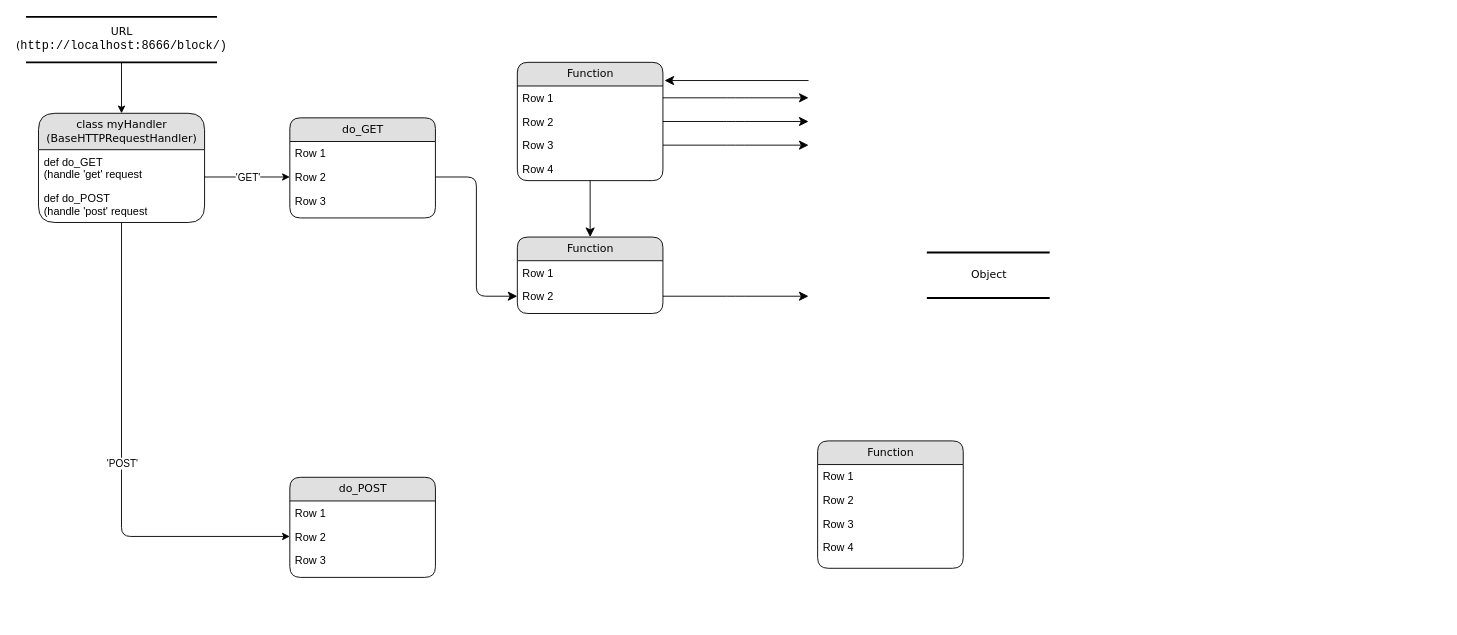
EST-94/python keeps this draw.io diagram as blockchain/Untitled Diagram.drawio. Above is the earlier version. Source tidied: cells renumbered, new cells numbered last; positions are measured from the earlier drawing's top-left corner, leaving out a move shared by most shapes. Both pictures are drawn from the tidied source at 91%, with x=0, y=0 at pixel (25, 16).
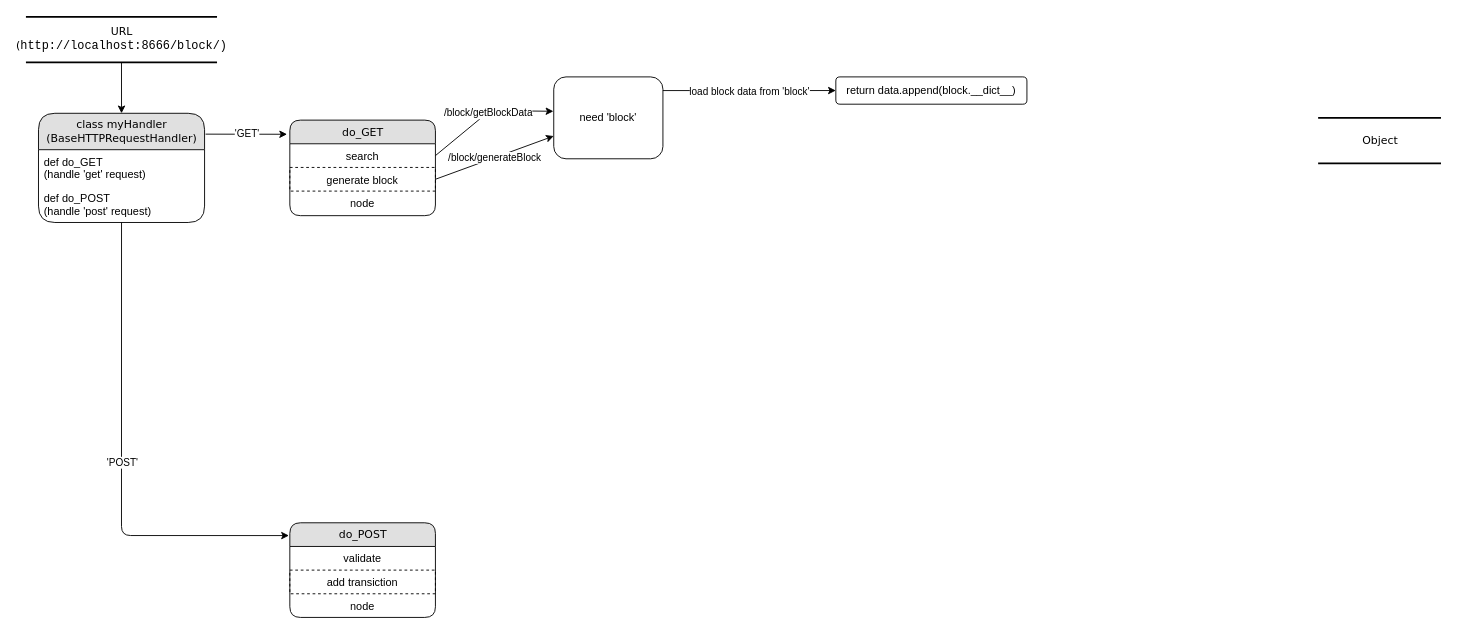
Above is the later version.

The change refers to these unchanged cells:
```xml
<mxCell id="3" value="class myHandler&lt;br&gt;(BaseHTTPRequestHandler)" style="swimlane;html=1;fontStyle=0;horizontal=1;startSize=40;fillColor=#e0e0e0;swimlaneFillColor=#ffffff;align=center;rounded=1;shadow=0;comic=0;labelBackgroundColor=none;strokeWidth=1;fontFamily=Verdana;fontSize=12;" parent="1" vertex="1">
  <mxGeometry x="13.8" y="106" width="182.5" height="120" as="geometry" />
</mxCell>
```

Diff of the diagram source:
```diff
@@
-    <mxCell id="4" value="def do_GET&lt;br&gt;(handle 'get' request" style="text;html=1;strokeColor=none;fillColor=none;spacingLeft=4;spacingRight=4;whiteSpace=wrap;overflow=hidden;" parent="3" vertex="1">
+    <mxCell id="4" value="def do_GET&lt;br&gt;(handle 'get' request)" style="text;html=1;strokeColor=none;fillColor=none;spacingLeft=4;spacingRight=4;whiteSpace=wrap;overflow=hidden;" parent="3" vertex="1">
       <mxGeometry y="40" width="182.5" height="40" as="geometry" />
     </mxCell>
-    <mxCell id="5" value="def do_POST&lt;br&gt;(handle 'post' request" style="text;html=1;strokeColor=none;fillColor=none;spacingLeft=4;spacingRight=4;whiteSpace=wrap;overflow=hidden;" parent="3" vertex="1">
+    <mxCell id="5" value="def do_POST&lt;br&gt;(handle 'post' request)" style="text;html=1;strokeColor=none;fillColor=none;spacingLeft=4;spacingRight=4;whiteSpace=wrap;overflow=hidden;" parent="3" vertex="1">
       <mxGeometry y="80" width="182.5" height="34" as="geometry" />
     </mxCell>
-    <mxCell id="6" value="Function" style="swimlane;html=1;fontStyle=0;horizontal=1;startSize=26;fillColor=#e0e0e0;swimlaneFillColor=#ffffff;align=center;rounded=1;shadow=0;comic=0;labelBackgroundColor=none;strokeWidth=1;fontFamily=Verdana;fontSize=12;" parent="1" vertex="1">
-      <mxGeometry x="540" y="50" width="160" height="130" as="geometry" />
-    </mxCell>
-    <mxCell id="7" value="Row 1" style="text;html=1;strokeColor=none;fillColor=none;spacingLeft=4;spacingRight=4;whiteSpace=wrap;overflow=hidden;points=[[0,0.5],[1,0.5]];portConstraint=eastwest;" parent="6" vertex="1">
-      <mxGeometry y="26" width="160" height="26" as="geometry" />
-    </mxCell>
-    <mxCell id="8" value="Row 2" style="text;html=1;strokeColor=none;fillColor=none;spacingLeft=4;spacingRight=4;whiteSpace=wrap;overflow=hidden;points=[[0,0.5],[1,0.5]];portConstraint=eastwest;" parent="6" vertex="1">
-      <mxGeometry y="52" width="160" height="26" as="geometry" />
-    </mxCell>
-    <mxCell id="9" value="Row 3" style="text;html=1;strokeColor=none;fillColor=none;spacingLeft=4;spacingRight=4;whiteSpace=wrap;overflow=hidden;points=[[0,0.5],[1,0.5]];portConstraint=eastwest;" parent="6" vertex="1">
-      <mxGeometry y="78" width="160" height="26" as="geometry" />
-    </mxCell>
-    <mxCell id="10" value="Row 4" style="text;html=1;strokeColor=none;fillColor=none;spacingLeft=4;spacingRight=4;whiteSpace=wrap;overflow=hidden;" parent="6" vertex="1">
-      <mxGeometry y="104" width="160" height="26" as="geometry" />
-    </mxCell>
     <mxCell id="11" value="do_GET" style="swimlane;html=1;fontStyle=0;horizontal=1;startSize=26;fillColor=#e0e0e0;swimlaneFillColor=#ffffff;align=center;rounded=1;shadow=0;comic=0;labelBackgroundColor=none;strokeWidth=1;fontFamily=Verdana;fontSize=12;" parent="1" vertex="1">
-      <mxGeometry x="290" y="111" width="160" height="110" as="geometry" />
+      <mxGeometry x="290" y="113.5" width="160" height="105" as="geometry" />
     </mxCell>
-    <mxCell id="12" value="Row 1" style="text;html=1;strokeColor=none;fillColor=none;spacingLeft=4;spacingRight=4;whiteSpace=wrap;overflow=hidden;points=[[0,0.5],[1,0.5]];portConstraint=eastwest;" parent="11" vertex="1">
+    <mxCell id="12" value="search" style="text;html=1;fillColor=none;spacingLeft=4;spacingRight=4;whiteSpace=wrap;overflow=hidden;points=[[0,0.5],[1,0.5]];portConstraint=eastwest;strokeWidth=1;shadow=0;dashed=1;align=center;" parent="11" vertex="1">
       <mxGeometry y="26" width="160" height="26" as="geometry" />
     </mxCell>
-    <mxCell id="13" value="Row 2" style="text;html=1;strokeColor=none;fillColor=none;spacingLeft=4;spacingRight=4;whiteSpace=wrap;overflow=hidden;points=[[0,0.5],[1,0.5]];portConstraint=eastwest;" parent="11" vertex="1">
+    <mxCell id="13" value="generate block" style="text;html=1;fillColor=none;spacingLeft=4;spacingRight=4;whiteSpace=wrap;overflow=hidden;points=[[0,0.5],[1,0.5]];portConstraint=eastwest;strokeColor=#000000;dashed=1;align=center;" parent="11" vertex="1">
       <mxGeometry y="52" width="160" height="26" as="geometry" />
     </mxCell>
-    <mxCell id="14" value="Row 3" style="text;html=1;strokeColor=none;fillColor=none;spacingLeft=4;spacingRight=4;whiteSpace=wrap;overflow=hidden;" parent="11" vertex="1">
+    <mxCell id="14" value="node" style="text;html=1;fillColor=none;spacingLeft=4;spacingRight=4;whiteSpace=wrap;overflow=hidden;dashed=1;align=center;" parent="11" vertex="1">
       <mxGeometry y="78" width="160" height="26" as="geometry" />
     </mxCell>
-    <mxCell id="15" value="Function" style="swimlane;html=1;fontStyle=0;horizontal=1;startSize=26;fillColor=#e0e0e0;swimlaneFillColor=#ffffff;align=center;rounded=1;shadow=0;comic=0;labelBackgroundColor=none;strokeWidth=1;fontFamily=Verdana;fontSize=12;" parent="1" vertex="1">
-      <mxGeometry x="870" y="466" width="160" height="140" as="geometry" />
-    </mxCell>
-    <mxCell id="16" value="Row 1" style="text;html=1;strokeColor=none;fillColor=none;spacingLeft=4;spacingRight=4;whiteSpace=wrap;overflow=hidden;" parent="15" vertex="1">
-      <mxGeometry y="26" width="160" height="26" as="geometry" />
-    </mxCell>
-    <mxCell id="17" value="Row 2" style="text;html=1;strokeColor=none;fillColor=none;spacingLeft=4;spacingRight=4;whiteSpace=wrap;overflow=hidden;" parent="15" vertex="1">
-      <mxGeometry y="52" width="160" height="26" as="geometry" />
-    </mxCell>
-    <mxCell id="18" value="Row 3" style="text;html=1;strokeColor=none;fillColor=none;spacingLeft=4;spacingRight=4;whiteSpace=wrap;overflow=hidden;" parent="15" vertex="1">
-      <mxGeometry y="78" width="160" height="26" as="geometry" />
-    </mxCell>
-    <mxCell id="19" value="Row 4" style="text;html=1;strokeColor=none;fillColor=none;spacingLeft=4;spacingRight=4;whiteSpace=wrap;overflow=hidden;" parent="15" vertex="1">
-      <mxGeometry y="104" width="160" height="26" as="geometry" />
-    </mxCell>
-    <mxCell id="20" value="Function" style="swimlane;html=1;fontStyle=0;horizontal=1;startSize=26;fillColor=#e0e0e0;swimlaneFillColor=#ffffff;align=center;rounded=1;shadow=0;comic=0;labelBackgroundColor=none;strokeWidth=1;fontFamily=Verdana;fontSize=12;" parent="1" vertex="1">
-      <mxGeometry x="540" y="242" width="160" height="84" as="geometry" />
-    </mxCell>
-    <mxCell id="21" value="Row 1" style="text;html=1;strokeColor=none;fillColor=none;spacingLeft=4;spacingRight=4;whiteSpace=wrap;overflow=hidden;" parent="20" vertex="1">
-      <mxGeometry y="26" width="160" height="26" as="geometry" />
-    </mxCell>
-    <mxCell id="22" value="Row 2" style="text;html=1;strokeColor=none;fillColor=none;spacingLeft=4;spacingRight=4;whiteSpace=wrap;overflow=hidden;points=[[0,0.5],[1,0.5]];portConstraint=eastwest;" parent="20" vertex="1">
-      <mxGeometry y="52" width="160" height="26" as="geometry" />
-    </mxCell>
     <mxCell id="23" value="do_POST" style="swimlane;html=1;fontStyle=0;horizontal=1;startSize=26;fillColor=#e0e0e0;swimlaneFillColor=#ffffff;align=center;rounded=1;shadow=0;comic=0;labelBackgroundColor=none;strokeWidth=1;fontFamily=Verdana;fontSize=12;" parent="1" vertex="1">
-      <mxGeometry x="290" y="506" width="160" height="110" as="geometry" />
+      <mxGeometry x="290" y="556" width="160" height="104" as="geometry" />
     </mxCell>
-    <mxCell id="24" value="Row 1" style="text;html=1;strokeColor=none;fillColor=none;spacingLeft=4;spacingRight=4;whiteSpace=wrap;overflow=hidden;" parent="23" vertex="1">
+    <mxCell id="24" value="validate" style="text;html=1;strokeColor=none;fillColor=none;spacingLeft=4;spacingRight=4;whiteSpace=wrap;overflow=hidden;align=center;" parent="23" vertex="1">
       <mxGeometry y="26" width="160" height="26" as="geometry" />
     </mxCell>
-    <mxCell id="25" value="Row 2" style="text;html=1;strokeColor=none;fillColor=none;spacingLeft=4;spacingRight=4;whiteSpace=wrap;overflow=hidden;points=[[0,0.5],[1,0.5]];portConstraint=eastwest;" parent="23" vertex="1">
+    <mxCell id="25" value="add transiction" style="text;html=1;fillColor=none;spacingLeft=4;spacingRight=4;whiteSpace=wrap;overflow=hidden;points=[[0,0.5],[1,0.5]];portConstraint=eastwest;strokeColor=#000000;dashed=1;align=center;" parent="23" vertex="1">
       <mxGeometry y="52" width="160" height="26" as="geometry" />
     </mxCell>
-    <mxCell id="26" value="Row 3" style="text;html=1;strokeColor=none;fillColor=none;spacingLeft=4;spacingRight=4;whiteSpace=wrap;overflow=hidden;" parent="23" vertex="1">
+    <mxCell id="26" value="node" style="text;html=1;strokeColor=none;fillColor=none;spacingLeft=4;spacingRight=4;whiteSpace=wrap;overflow=hidden;align=center;" parent="23" vertex="1">
       <mxGeometry y="78" width="160" height="26" as="geometry" />
     </mxCell>
     <mxCell id="27" value="Object" style="html=1;rounded=0;shadow=0;comic=0;labelBackgroundColor=none;strokeWidth=2;fontFamily=Verdana;fontSize=12;align=center;shape=mxgraph.ios7ui.horLines;" parent="1" vertex="1">
-      <mxGeometry x="990" y="259" width="135" height="50" as="geometry" />
+      <mxGeometry x="1420" y="111" width="135" height="50" as="geometry" />
     </mxCell>
-    <mxCell id="28" style="edgeStyle=orthogonalEdgeStyle;html=1;labelBackgroundColor=none;startFill=0;startSize=8;endFill=1;endSize=8;fontFamily=Verdana;fontSize=12;" parent="1" edge="1" source="6" target="20">
-      <mxGeometry relative="1" as="geometry" />
-    </mxCell>
-    <mxCell id="29" style="edgeStyle=orthogonalEdgeStyle;html=1;exitX=1;exitY=0.5;entryX=0;entryY=0.5;labelBackgroundColor=none;startFill=0;startSize=8;endFill=1;endSize=8;fontFamily=Verdana;fontSize=12;" parent="1" edge="1" source="13" target="22">
-      <mxGeometry relative="1" as="geometry" />
-    </mxCell>
-    <mxCell id="30" style="edgeStyle=orthogonalEdgeStyle;html=1;labelBackgroundColor=none;startFill=0;startSize=8;endFill=1;endSize=8;fontFamily=Verdana;fontSize=12;" parent="1" edge="1" source="22">
-      <mxGeometry relative="1" as="geometry">
-        <mxPoint x="860" y="307" as="targetPoint" />
-      </mxGeometry>
-    </mxCell>
-    <mxCell id="31" style="edgeStyle=orthogonalEdgeStyle;html=1;exitX=1;exitY=0.5;labelBackgroundColor=none;startFill=0;startSize=8;endFill=1;endSize=8;fontFamily=Verdana;fontSize=12;" parent="1" edge="1" source="7">
-      <mxGeometry relative="1" as="geometry">
-        <mxPoint x="860" y="89" as="targetPoint" />
-      </mxGeometry>
-    </mxCell>
-    <mxCell id="32" style="edgeStyle=orthogonalEdgeStyle;html=1;exitX=1;exitY=0.5;labelBackgroundColor=none;startFill=0;startSize=8;endFill=1;endSize=8;fontFamily=Verdana;fontSize=12;" parent="1" edge="1" source="8">
-      <mxGeometry relative="1" as="geometry">
-        <mxPoint x="860" y="115" as="targetPoint" />
-      </mxGeometry>
-    </mxCell>
-    <mxCell id="33" style="edgeStyle=orthogonalEdgeStyle;html=1;exitX=1;exitY=0.5;labelBackgroundColor=none;startFill=0;startSize=8;endFill=1;endSize=8;fontFamily=Verdana;fontSize=12;" parent="1" edge="1" source="9">
-      <mxGeometry relative="1" as="geometry">
-        <mxPoint x="860" y="141" as="targetPoint" />
-      </mxGeometry>
-    </mxCell>
-    <mxCell id="34" style="edgeStyle=elbowEdgeStyle;html=1;labelBackgroundColor=none;startFill=0;startSize=8;endFill=1;endSize=8;fontFamily=Verdana;fontSize=12;elbow=vertical;entryX=1.011;entryY=0.152;entryPerimeter=0;" parent="1" edge="1" target="6">
-      <mxGeometry relative="1" as="geometry">
-        <mxPoint x="860" y="70" as="sourcePoint" />
-        <Array as="points">
-          <mxPoint x="790" y="70" />
-        </Array>
-      </mxGeometry>
-    </mxCell>
@@
-    <mxCell id="36" style="endArrow=classic;html=1;exitX=0.5;exitY=1;exitDx=0;exitDy=0;entryX=0;entryY=0.5;entryDx=0;entryDy=0;" parent="1" edge="1" source="3" target="25">
+    <mxCell id="36" style="endArrow=classic;html=1;exitX=0.5;exitY=1;exitDx=0;exitDy=0;entryX=-0.006;entryY=0.135;entryDx=0;entryDy=0;entryPerimeter=0;" parent="1" edge="1" source="3" target="23">
       <mxGeometry relative="1" as="geometry">
         <Array as="points">
-          <mxPoint x="105" y="571" />
+          <mxPoint x="105" y="570" />
         </Array>
       </mxGeometry>
     </mxCell>
@@
-    <mxCell id="38" style="endArrow=classic;html=1;entryX=0;entryY=0.5;entryDx=0;entryDy=0;" parent="1" edge="1" target="13">
-      <mxGeometry relative="1" as="geometry">
-        <mxPoint x="196.2" y="176" as="sourcePoint" />
-      </mxGeometry>
+    <mxCell id="38" style="endArrow=classic;html=1;exitX=1.006;exitY=0.191;exitDx=0;exitDy=0;exitPerimeter=0;entryX=-0.019;entryY=0.148;entryDx=0;entryDy=0;entryPerimeter=0;" parent="1" edge="1" source="3" target="11">
+      <mxGeometry relative="1" as="geometry" />
     </mxCell>
@@
+    <mxCell id="40" value="return data.append(block.__dict__)" style="rounded=1;whiteSpace=wrap;html=1;shadow=0;strokeColor=#000000;strokeWidth=1;align=center;" parent="1" vertex="1">
+      <mxGeometry x="890" y="66" width="210" height="30" as="geometry" />
+    </mxCell>
+    <mxCell id="41" style="endArrow=classic;html=1;exitX=1;exitY=0.5;exitDx=0;exitDy=0;entryX=-0.003;entryY=0.42;entryDx=0;entryDy=0;entryPerimeter=0;" parent="1" edge="1" source="12" target="45">
+      <mxGeometry relative="1" as="geometry">
+        <Array as="points">
+          <mxPoint x="510" y="103" />
+        </Array>
+      </mxGeometry>
+    </mxCell>
+    <mxCell id="42" value="/block/getBlockData" style="edgeLabel;html=1;align=center;verticalAlign=middle;" parent="41" vertex="1">
+      <mxGeometry relative="1" as="geometry" />
+    </mxCell>
+    <mxCell id="43" style="endArrow=classic;html=1;exitX=1;exitY=0.5;exitDx=0;exitDy=0;entryX=0;entryY=0.5;entryDx=0;entryDy=0;" parent="1" edge="1" source="13">
+      <mxGeometry relative="1" as="geometry">
+        <mxPoint x="580" y="131" as="targetPoint" />
+      </mxGeometry>
+    </mxCell>
+    <mxCell id="44" value="/block/generateBlock" style="edgeLabel;html=1;align=center;verticalAlign=middle;" parent="43" vertex="1">
+      <mxGeometry relative="1" as="geometry" />
+    </mxCell>
+    <mxCell id="45" value="need 'block'" style="rounded=1;whiteSpace=wrap;html=1;shadow=0;strokeColor=#000000;strokeWidth=1;align=center;" parent="1" vertex="1">
+      <mxGeometry x="580" y="66" width="120" height="90" as="geometry" />
+    </mxCell>
+    <mxCell id="46" style="endArrow=classic;html=1;entryX=0;entryY=0.5;entryDx=0;entryDy=0;exitX=1;exitY=0.167;exitDx=0;exitDy=0;exitPerimeter=0;" parent="1" edge="1" source="45" target="40">
+      <mxGeometry relative="1" as="geometry" />
+    </mxCell>
+    <mxCell id="47" value="load block data from 'block'" style="edgeLabel;html=1;align=center;verticalAlign=middle;" parent="46" vertex="1">
+      <mxGeometry relative="1" as="geometry" />
+    </mxCell>
```
